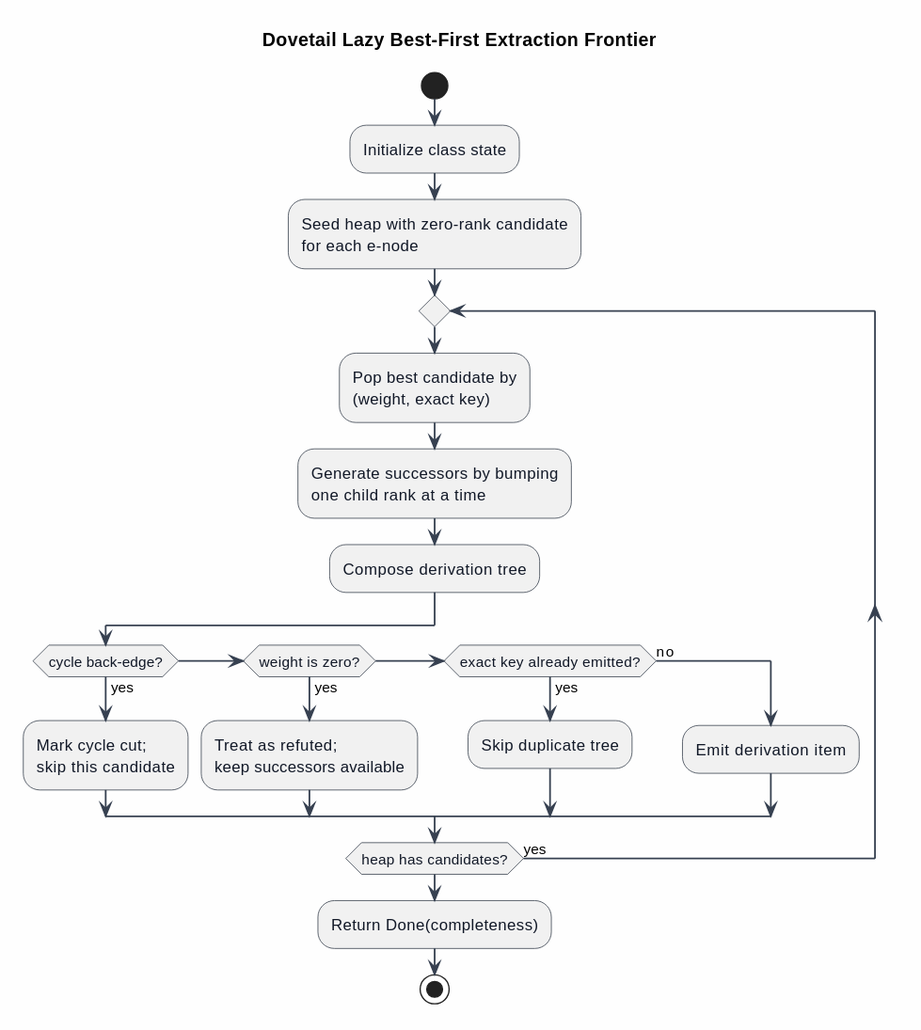
Before: docs/architecture/dovetail/figures/05-extraction-frontier.svg, a diagram exported from PlantUML (F1R3FLY-io/mettail-rust).
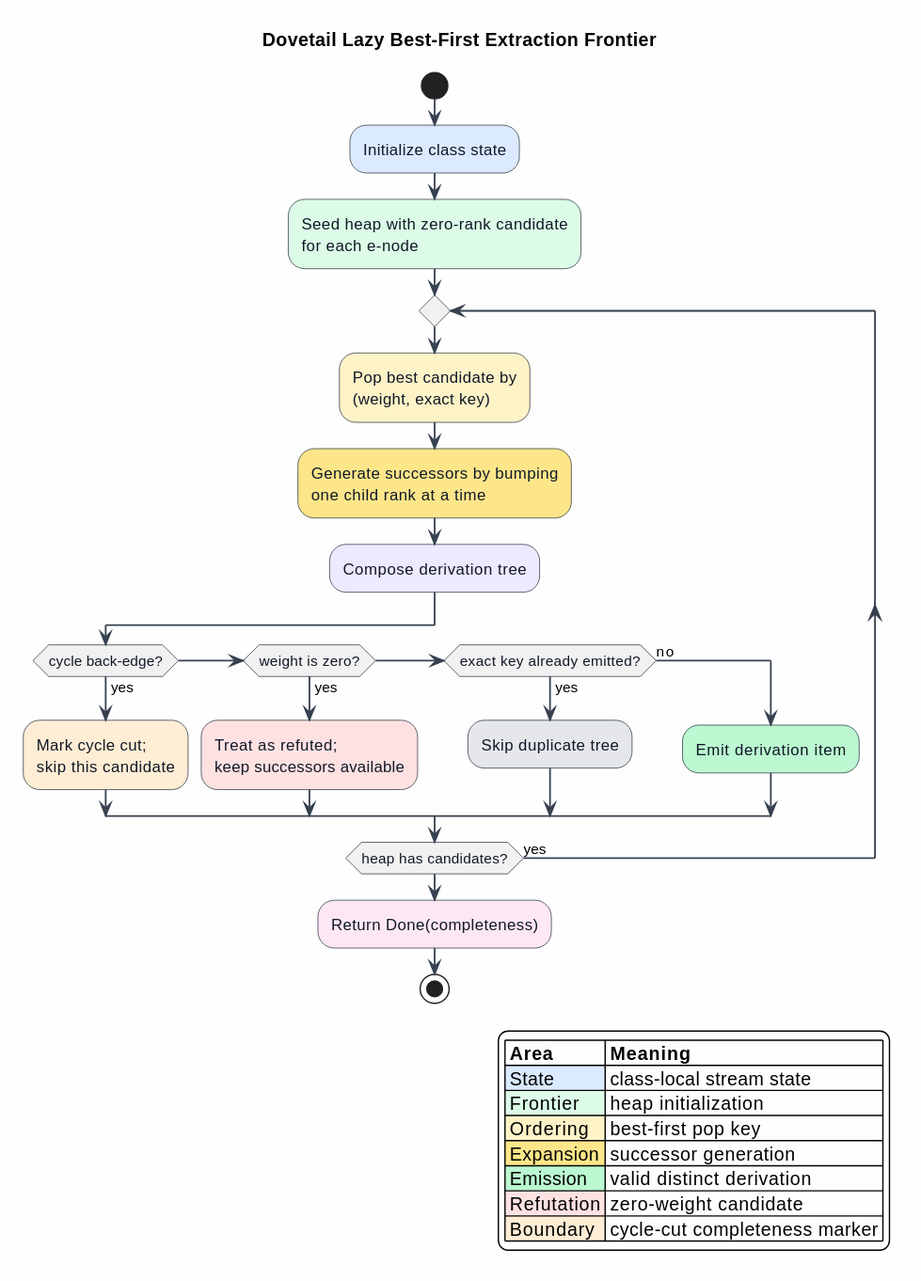
After the change.

What changed in the source:
```diff
@@ -11,22 +11,33 @@
 }
 
 start
-:Initialize class state;
-:Seed heap with zero-rank candidate\nfor each e-node;
+:Initialize class state; <<#DBEAFE>>
+:Seed heap with zero-rank candidate\nfor each e-node; <<#DCFCE7>>
 repeat
-  :Pop best candidate by\n(weight, exact key);
-  :Generate successors by bumping\none child rank at a time;
-  :Compose derivation tree;
+  :Pop best candidate by\n(weight, exact key); <<#FEF3C7>>
+  :Generate successors by bumping\none child rank at a time; <<#FDE68A>>
+  :Compose derivation tree; <<#EDE9FE>>
   if (cycle back-edge?) then (yes)
-    :Mark cycle cut;\nskip this candidate;
+    :Mark cycle cut;\nskip this candidate; <<#FFEDD5>>
   elseif (weight is zero?) then (yes)
-    :Treat as refuted;\nkeep successors available;
+    :Treat as refuted;\nkeep successors available; <<#FEE2E2>>
   elseif (exact key already emitted?) then (yes)
-    :Skip duplicate tree;
+    :Skip duplicate tree; <<#E5E7EB>>
   else (no)
-    :Emit derivation item;
+    :Emit derivation item; <<#BBF7D0>>
   endif
 repeat while (heap has candidates?) is (yes)
-:Return Done(completeness);
+:Return Done(completeness); <<#FCE7F3>>
 stop
+
+legend right
+|= Area |= Meaning |
+|<#DBEAFE> State | class-local stream state |
+|<#DCFCE7> Frontier | heap initialization |
+|<#FEF3C7> Ordering | best-first pop key |
+|<#FDE68A> Expansion | successor generation |
+|<#BBF7D0> Emission | valid distinct derivation |
+|<#FEE2E2> Refutation | zero-weight candidate |
+|<#FFEDD5> Boundary | cycle-cut completeness marker |
+endlegend
 @enduml
```
